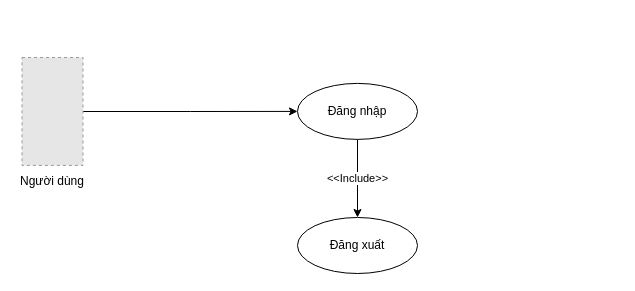
This is phac thao do an cuoi cung/use case dang nhap.drawio from frozenproof/dactaphanmem, a draw.io file, before an edit. Source tidied: cells renumbered, new cells numbered last; positions are measured from the earlier drawing's top-left corner, leaving out a move shared by most shapes. Both pictures are drawn from the tidied source at 100%, with x=0, y=0 at pixel (17, 57). Pictures stored in the file or linked from it are replaced by grey dashed boxes.
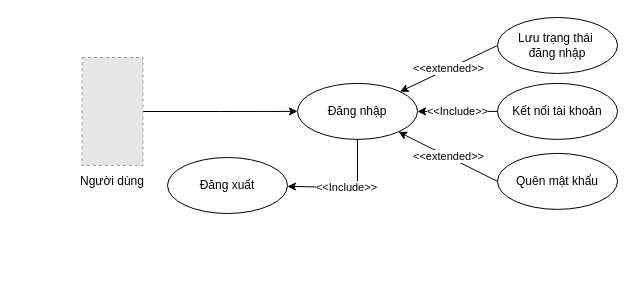
The same diagram, later.

What changed in the source:
```diff
@@
 <mxGraphModel>
   <root>
     <mxCell id="0" />
     <mxCell id="1" parent="0" />
     <mxCell id="2" value="Người dùng" style="text;html=1;align=center;verticalAlign=middle;whiteSpace=wrap;rounded=0;" parent="1" vertex="1">
-      <mxGeometry y="113.9" width="70" height="20" as="geometry" />
+      <mxGeometry x="60" y="113.9" width="70" height="20" as="geometry" />
     </mxCell>
     <mxCell id="3" style="edgeStyle=orthogonalEdgeStyle;rounded=0;jettySize=auto;html=1;entryX=0;entryY=0.5;entryDx=0;entryDy=0;" parent="1" edge="1" source="4" target="5">
       <mxGeometry relative="1" as="geometry" />
     </mxCell>
     <mxCell id="4" style="fillColor=#E6E6E6;strokeColor=#999999;dashed=1;verticalLabelPosition=bottom;labelBackgroundColor=default;verticalAlign=top;" parent="1" vertex="1">
-      <mxGeometry x="4.5" width="61" height="107.9" as="geometry" />
+      <mxGeometry x="64.5" width="61" height="107.9" as="geometry" />
     </mxCell>
     <mxCell id="5" value="Đăng nhập" style="ellipse;whiteSpace=wrap;html=1;" parent="1" vertex="1">
       <mxGeometry x="280" y="25.9" width="120" height="56" as="geometry" />
     </mxCell>
     <mxCell id="6" value="Đăng xuất" style="ellipse;whiteSpace=wrap;html=1;" parent="1" vertex="1">
-      <mxGeometry x="280" y="160" width="120" height="56" as="geometry" />
+      <mxGeometry x="150" y="100" width="120" height="56" as="geometry" />
     </mxCell>
     <mxCell id="7" value="&amp;lt;&amp;lt;Include&amp;gt;&amp;gt;" style="endArrow=classic;html=1;rounded=0;exitX=0.5;exitY=1;exitDx=0;exitDy=0;" parent="1" edge="1" source="5" target="6">
-      <mxGeometry relative="1" as="geometry" />
+      <mxGeometry relative="1" as="geometry">
+        <Array as="points">
+          <mxPoint x="340" y="130" />
+        </Array>
+      </mxGeometry>
     </mxCell>
+    <mxCell id="8" value="Kết nối tài khoản" style="ellipse;whiteSpace=wrap;html=1;" parent="1" vertex="1">
+      <mxGeometry x="480" y="25.9" width="120" height="56" as="geometry" />
+    </mxCell>
+    <mxCell id="9" value="Quên mật khẩu" style="ellipse;whiteSpace=wrap;html=1;" parent="1" vertex="1">
+      <mxGeometry x="480" y="95.9" width="120" height="56" as="geometry" />
+    </mxCell>
+    <mxCell id="10" value="&amp;lt;&amp;lt;Include&amp;gt;&amp;gt;" style="endArrow=classic;html=1;rounded=0;exitX=0;exitY=0.5;exitDx=0;exitDy=0;entryX=1;entryY=0.5;entryDx=0;entryDy=0;" parent="1" edge="1" source="8" target="5">
+      <mxGeometry relative="1" as="geometry" />
+    </mxCell>
+    <mxCell id="11" value="&amp;lt;&amp;lt;extended&amp;gt;&amp;gt;" style="endArrow=classic;html=1;rounded=0;exitX=0;exitY=0.5;exitDx=0;exitDy=0;" parent="1" edge="1" source="9" target="5">
+      <mxGeometry relative="1" as="geometry" />
+    </mxCell>
+    <mxCell id="12" value="Lưu trạng thái&amp;nbsp;&lt;div&gt;đăng nhập&lt;/div&gt;" style="ellipse;whiteSpace=wrap;html=1;" parent="1" vertex="1">
+      <mxGeometry x="480" y="-40" width="120" height="56" as="geometry" />
+    </mxCell>
+    <mxCell id="13" value="&amp;lt;&amp;lt;extended&amp;gt;&amp;gt;" style="endArrow=classic;html=1;rounded=0;exitX=0;exitY=0.5;exitDx=0;exitDy=0;" parent="1" edge="1" source="12" target="5">
+      <mxGeometry relative="1" as="geometry" />
+    </mxCell>
   </root>
 </mxGraphModel>
```
